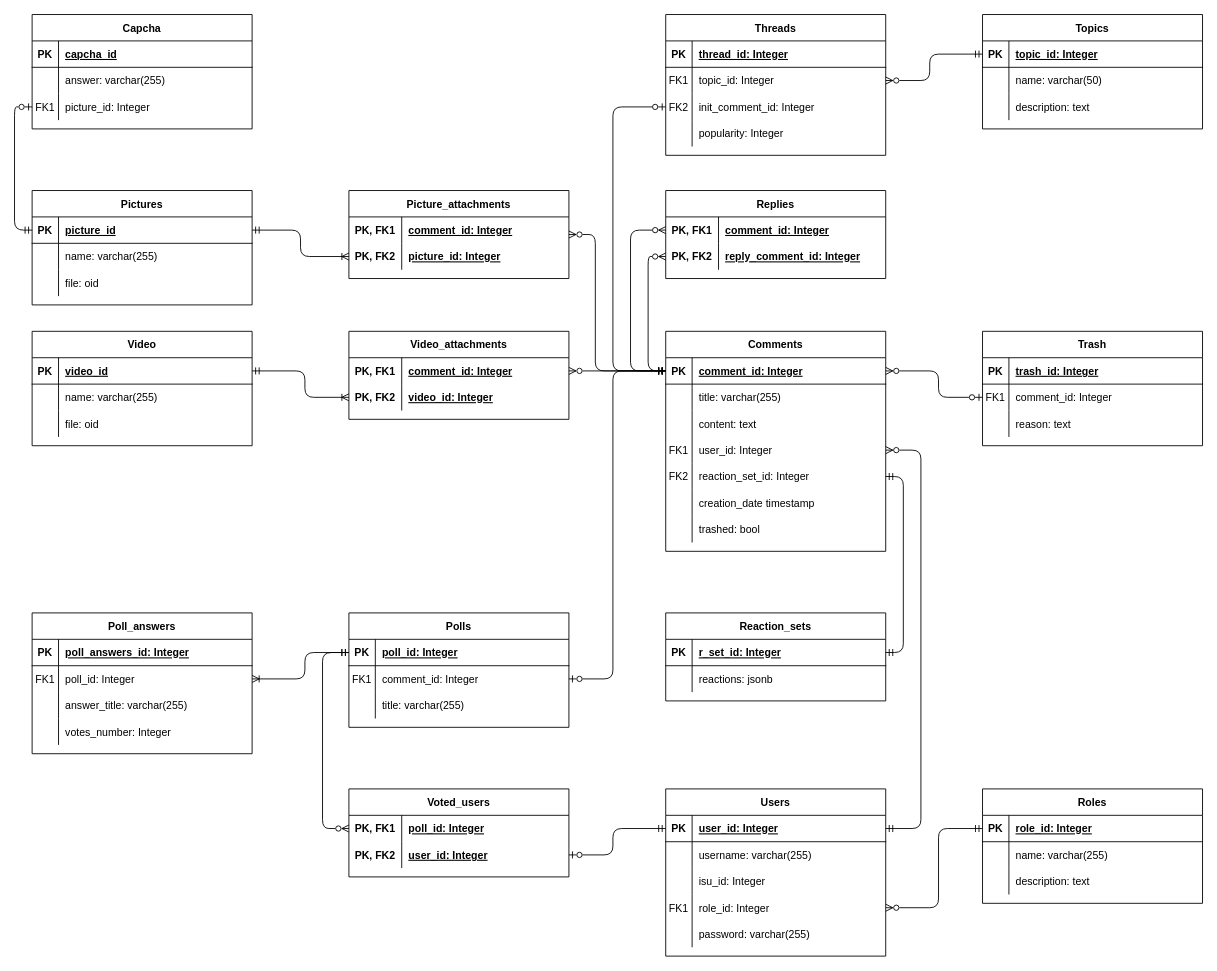
Above: coursework/docs/er.drawio in e1turin/itmo-is-db (draw.io), before the change. Source tidied: cells renumbered, new cells numbered last; positions are measured from the earlier drawing's top-left corner, leaving out a move shared by most shapes. Both pictures are drawn from the tidied source at 88%, with x=0, y=0 at pixel (32, 14).
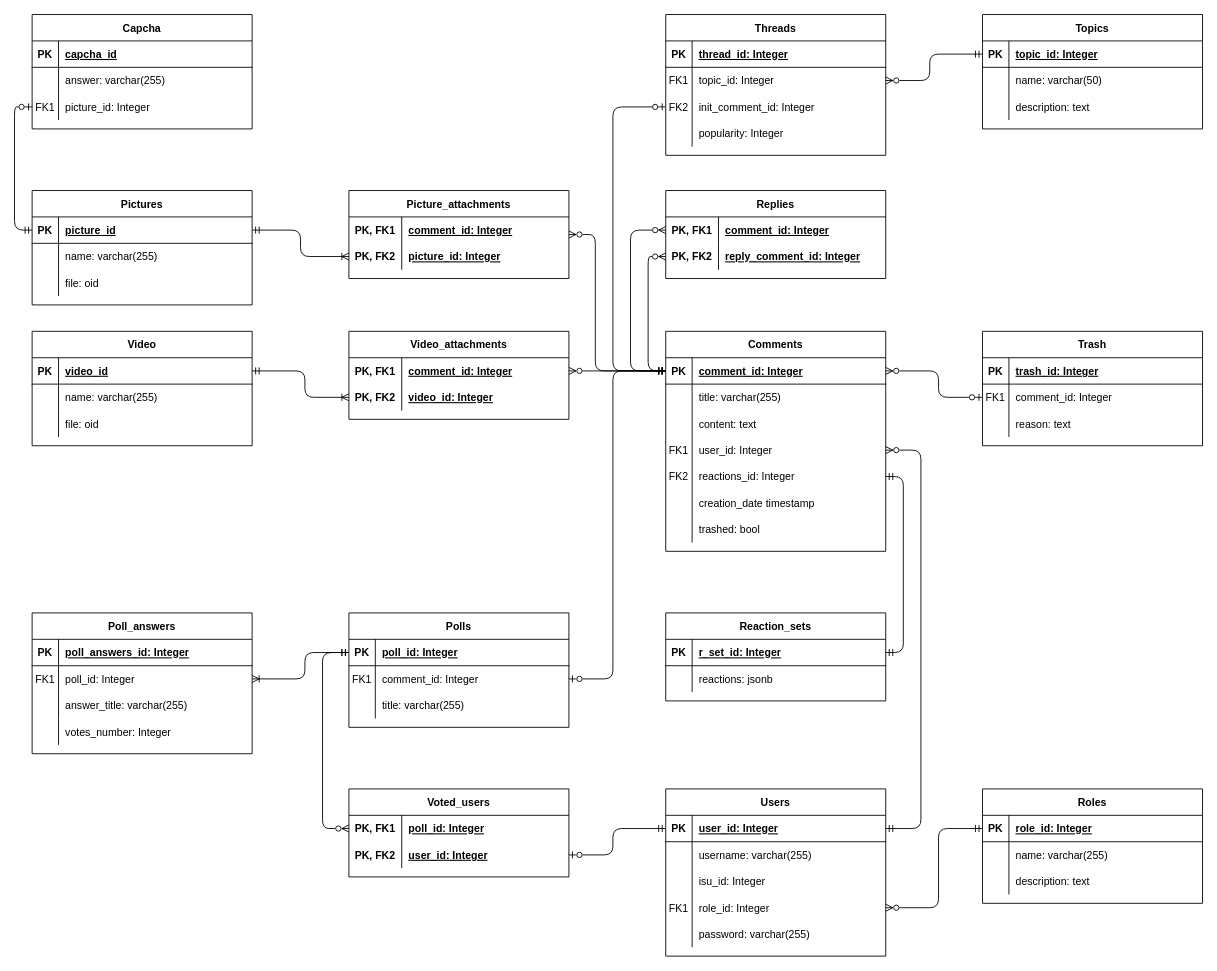
The same diagram, later.

The change refers to these unchanged cells:
```xml
<mxCell id="85" style="shape=partialRectangle;fillColor=none;points=[[0,0.5],[1,0.5]];portConstraint=eastwest;top=0;left=0;right=0;bottom=0;" parent="72" vertex="1">
  <mxGeometry y="150" width="250" height="30" as="geometry" />
</mxCell>
```

What changed in the source:
```diff
@@
-    <mxCell id="87" value="reaction_set_id: Integer" style="shape=partialRectangle;overflow=hidden;fillColor=none;top=0;left=0;bottom=0;right=0;align=left;spacingLeft=6;" parent="85" vertex="1">
+    <mxCell id="87" value="reactions_id: Integer" style="shape=partialRectangle;overflow=hidden;fillColor=none;top=0;left=0;bottom=0;right=0;align=left;spacingLeft=6;" parent="85" vertex="1">
       <mxGeometry x="30" width="220" height="30" as="geometry" />
     </mxCell>
```
